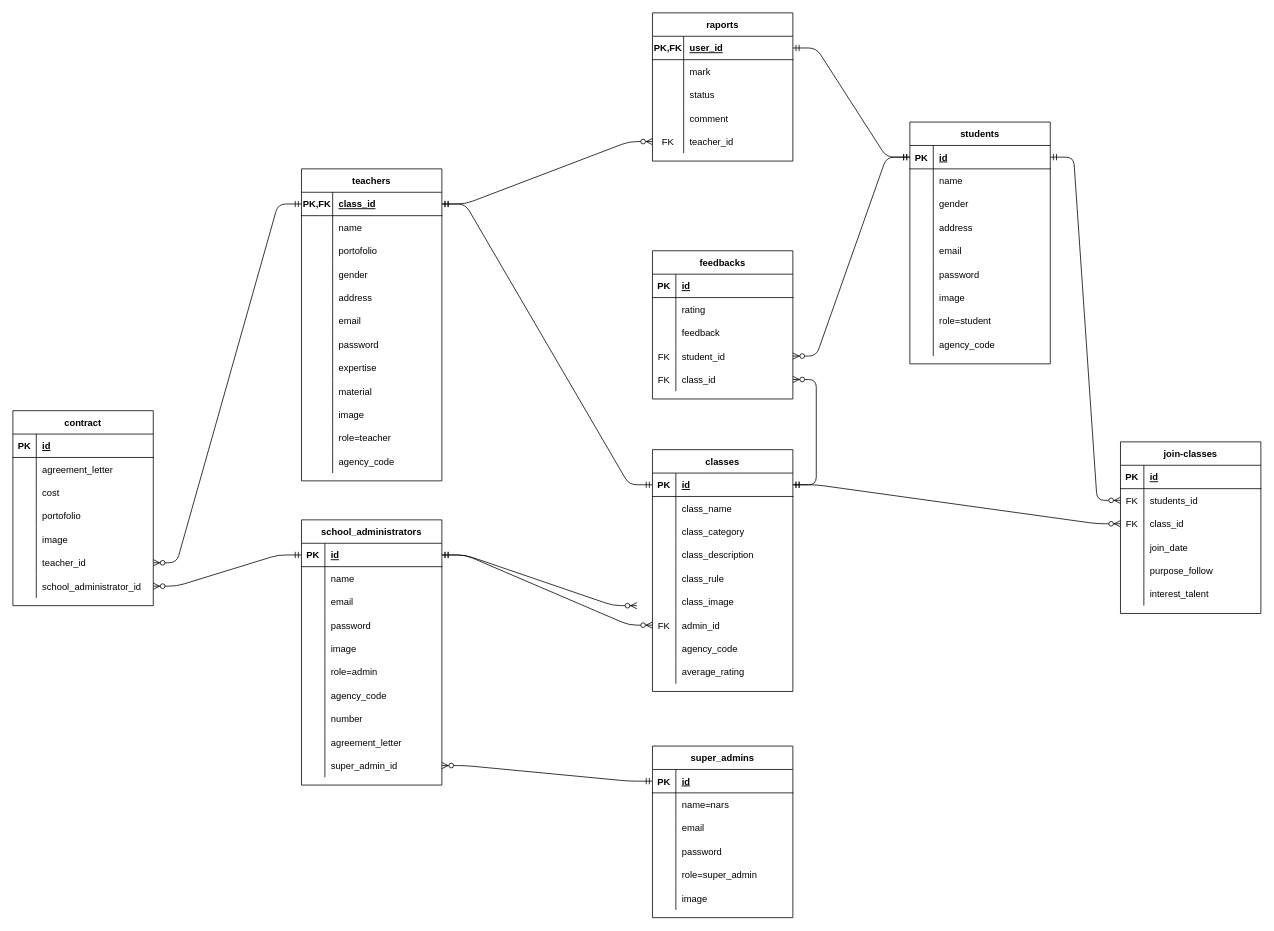
Earlier version of the draw.io diagram ERD/erd-innon-formal-edu-app.drawio (yusnarsetiyadi/MyProject-innonFormal.edu). Source tidied: cells renumbered, new cells numbered last; positions are measured from the earlier drawing's top-left corner, leaving out a move shared by most shapes. Both pictures are drawn from the tidied source at 78%, with x=0, y=0 at pixel (12, 12).
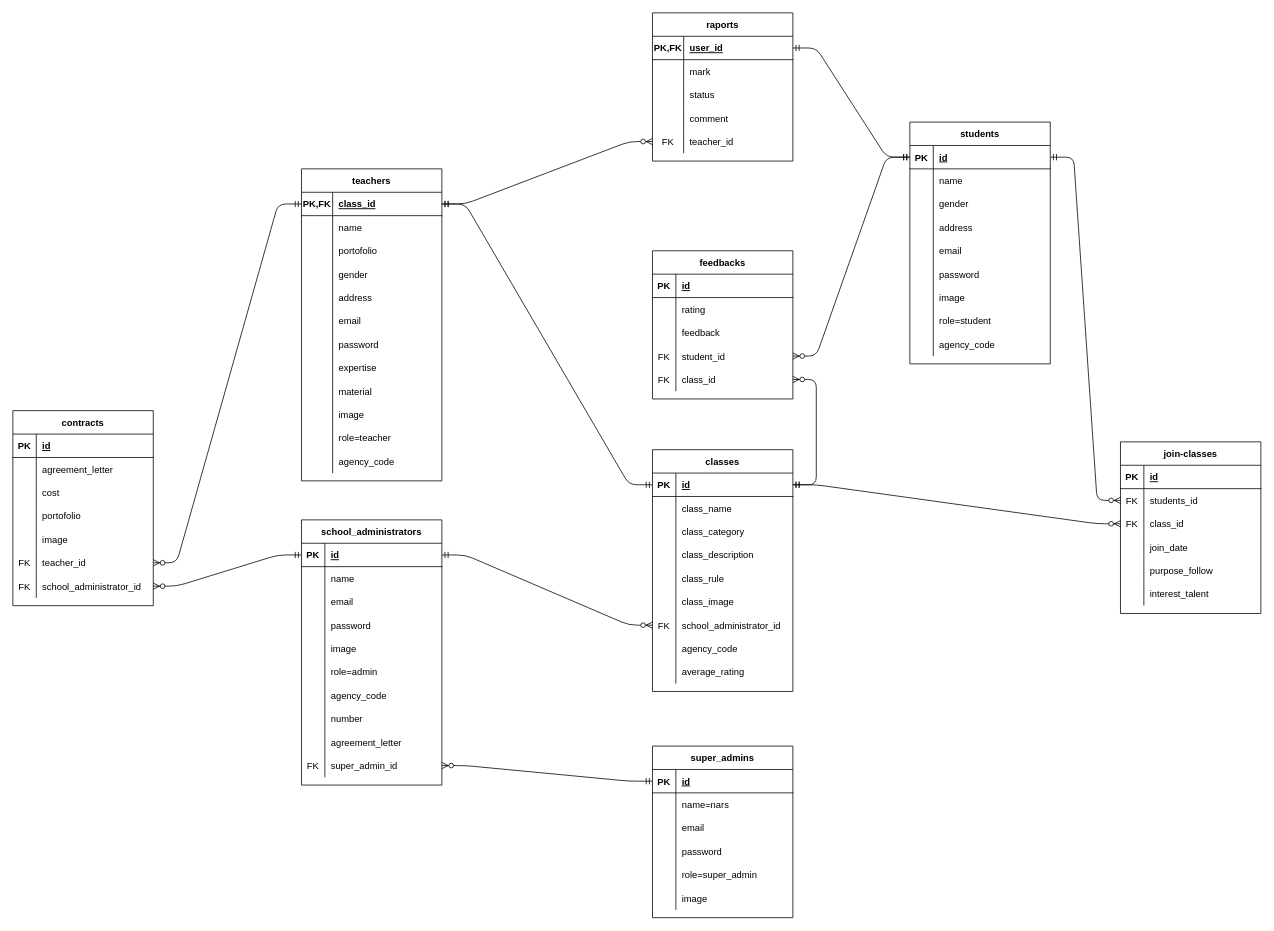
The same page after the edit.

Commit message (it also covers changes not shown here):
first erd and open api

The change refers to these unchanged cells:
```xml
<mxCell id="3" style="shape=partialRectangle;fillColor=none;top=0;left=0;bottom=1;right=0;points=[[0,0.5],[1,0.5]];portConstraint=eastwest;" parent="2" vertex="1">
  <mxGeometry y="30" width="180" height="30" as="geometry" />
</mxCell>
<mxCell id="30" style="shape=partialRectangle;fillColor=none;top=0;left=0;bottom=0;right=0;points=[[0,0.5],[1,0.5]];portConstraint=eastwest;" parent="2" vertex="1">
  <mxGeometry y="300" width="180" height="30" as="geometry" />
</mxCell>
<mxCell id="80" style="shape=partialRectangle;fillColor=none;top=0;left=0;bottom=0;right=0;points=[[0,0.5],[1,0.5]];portConstraint=eastwest;" parent="61" vertex="1">
  <mxGeometry y="210" width="180" height="30" as="geometry" />
</mxCell>
<mxCell id="222" style="shape=partialRectangle;fillColor=none;top=0;left=0;bottom=0;right=0;points=[[0,0.5],[1,0.5]];portConstraint=eastwest;" parent="206" vertex="1">
  <mxGeometry y="180" width="180" height="30" as="geometry" />
</mxCell>
<mxCell id="225" style="shape=partialRectangle;fillColor=none;top=0;left=0;bottom=0;right=0;points=[[0,0.5],[1,0.5]];portConstraint=eastwest;" parent="206" vertex="1">
  <mxGeometry y="210" width="180" height="30" as="geometry" />
</mxCell>
```

What changed in the source:
```diff
@@
-    <mxCell id="31" style="shape=partialRectangle;fillColor=none;top=0;left=0;bottom=0;right=0;overflow=hidden;" parent="30" vertex="1">
+    <mxCell id="31" value="FK" style="shape=partialRectangle;fillColor=none;top=0;left=0;bottom=0;right=0;overflow=hidden;" parent="30" vertex="1">
       <mxGeometry width="30" height="30" as="geometry" />
     </mxCell>
@@
-    <mxCell id="82" value="admin_id" style="shape=partialRectangle;fillColor=none;top=0;left=0;bottom=0;right=0;align=left;spacingLeft=6;overflow=hidden;" parent="80" vertex="1">
+    <mxCell id="82" value="school_administrator_id" style="shape=partialRectangle;fillColor=none;top=0;left=0;bottom=0;right=0;align=left;spacingLeft=6;overflow=hidden;" parent="80" vertex="1">
       <mxGeometry x="30" width="150" height="30" as="geometry" />
     </mxCell>
@@
-    <mxCell id="144" style="edgeStyle=entityRelationEdgeStyle;fontSize=12;html=1;endArrow=ERzeroToMany;startArrow=ERmandOne;exitX=1;exitY=0.5;exitDx=0;exitDy=0;entryX=0;entryY=0.5;entryDx=0;entryDy=0;" parent="1" edge="1" source="3">
-      <mxGeometry relative="1" as="geometry">
-        <mxPoint x="800" y="760" as="targetPoint" />
-      </mxGeometry>
-    </mxCell>
@@
-    <mxCell id="206" value="contract" style="shape=table;startSize=30;childLayout=tableLayout;rowLines=0;fontStyle=1;align=center;" parent="1" vertex="1">
+    <mxCell id="206" value="contracts" style="shape=table;startSize=30;childLayout=tableLayout;rowLines=0;fontStyle=1;align=center;" parent="1" vertex="1">
       <mxGeometry y="510" width="180" height="250" as="geometry" />
     </mxCell>
@@
-    <mxCell id="223" style="shape=partialRectangle;fillColor=none;top=0;left=0;bottom=0;right=0;overflow=hidden;" parent="222" vertex="1">
+    <mxCell id="223" value="FK" style="shape=partialRectangle;fillColor=none;top=0;left=0;bottom=0;right=0;overflow=hidden;" parent="222" vertex="1">
       <mxGeometry width="30" height="30" as="geometry" />
     </mxCell>
@@
-    <mxCell id="226" style="shape=partialRectangle;fillColor=none;top=0;left=0;bottom=0;right=0;overflow=hidden;" parent="225" vertex="1">
+    <mxCell id="226" value="FK" style="shape=partialRectangle;fillColor=none;top=0;left=0;bottom=0;right=0;overflow=hidden;" parent="225" vertex="1">
       <mxGeometry width="30" height="30" as="geometry" />
     </mxCell>
```
